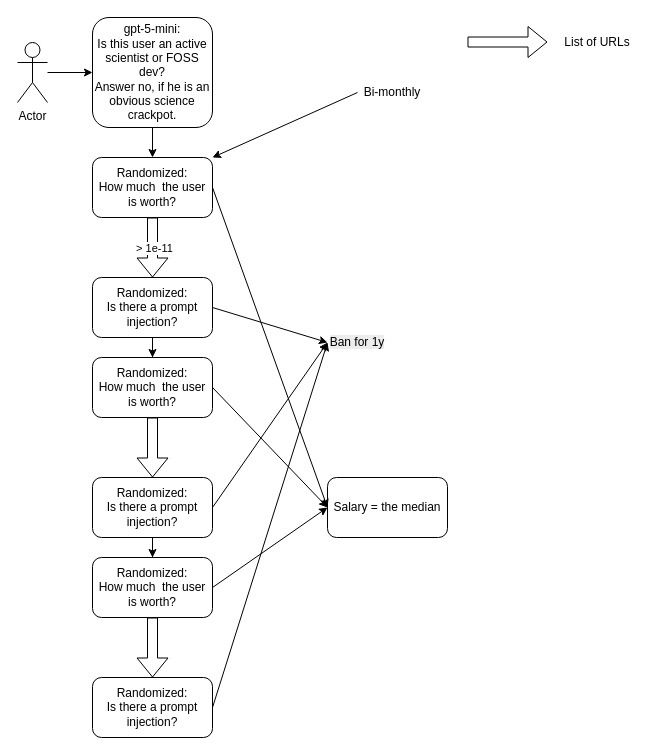
Before: docs/AI-flow.drawio in vporton/meritocracy, a draw.io diagram. Source tidied: cells renumbered, new cells numbered last; positions are measured from the earlier drawing's top-left corner, leaving out a move shared by most shapes. Both pictures are drawn from the tidied source at 100%, with x=0, y=0 at pixel (17, 17).
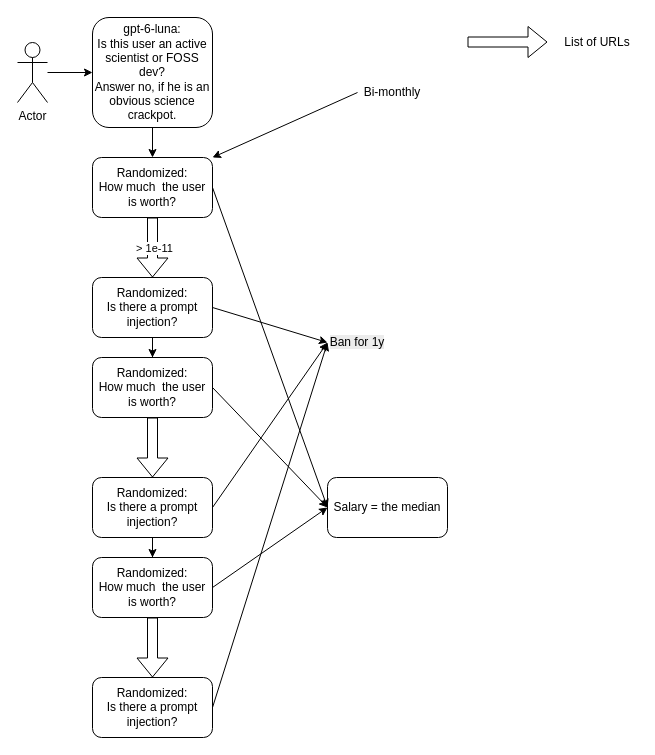
After the change.

The edit, as a diff of the source:
```diff
@@
-    <mxCell id="4" value="gpt-5-mini:&lt;br&gt;Is this user an active scientist or FOSS dev?&lt;div&gt;Answer no, if he is an obvious science crackpot.&lt;/div&gt;" style="rounded=1;whiteSpace=wrap;html=1;" parent="1" vertex="1">
+    <mxCell id="4" value="gpt-6-luna:&lt;br&gt;Is this user an active scientist or FOSS dev?&lt;div&gt;Answer no, if he is an obvious science crackpot.&lt;/div&gt;" style="rounded=1;whiteSpace=wrap;html=1;" parent="1" vertex="1">
       <mxGeometry x="75" width="120" height="110" as="geometry" />
     </mxCell>
```
